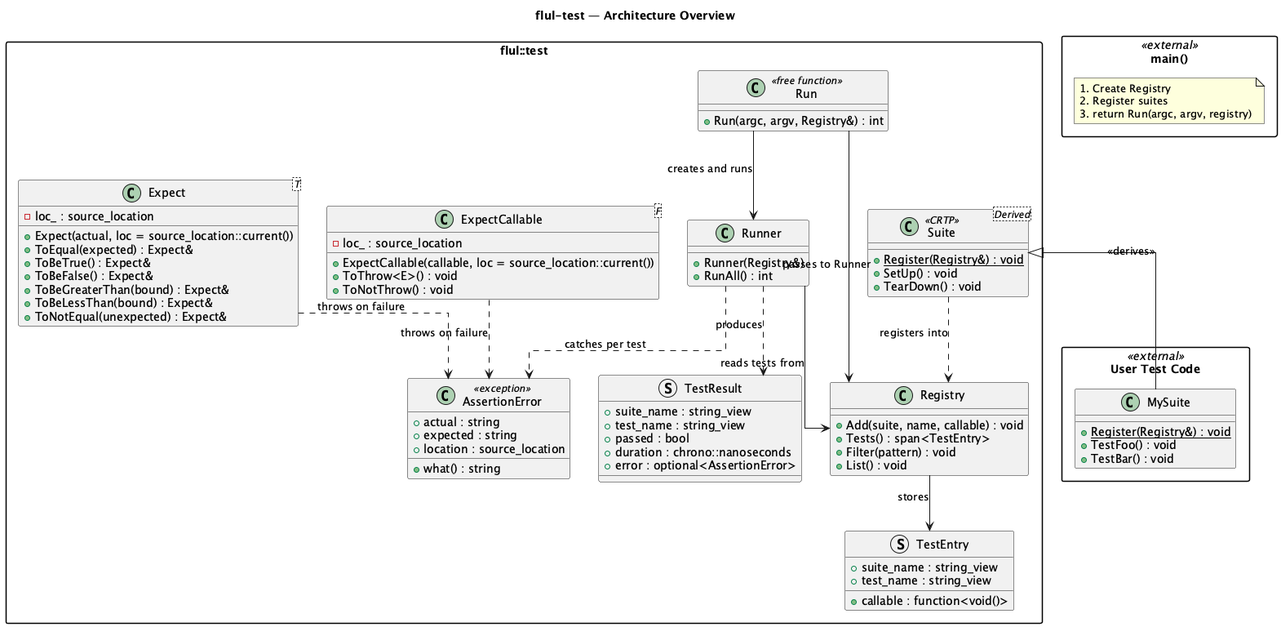
The PlantUML diagram doc/architecture-overview.png in FlorianUlivi/flul-test, before a commit.
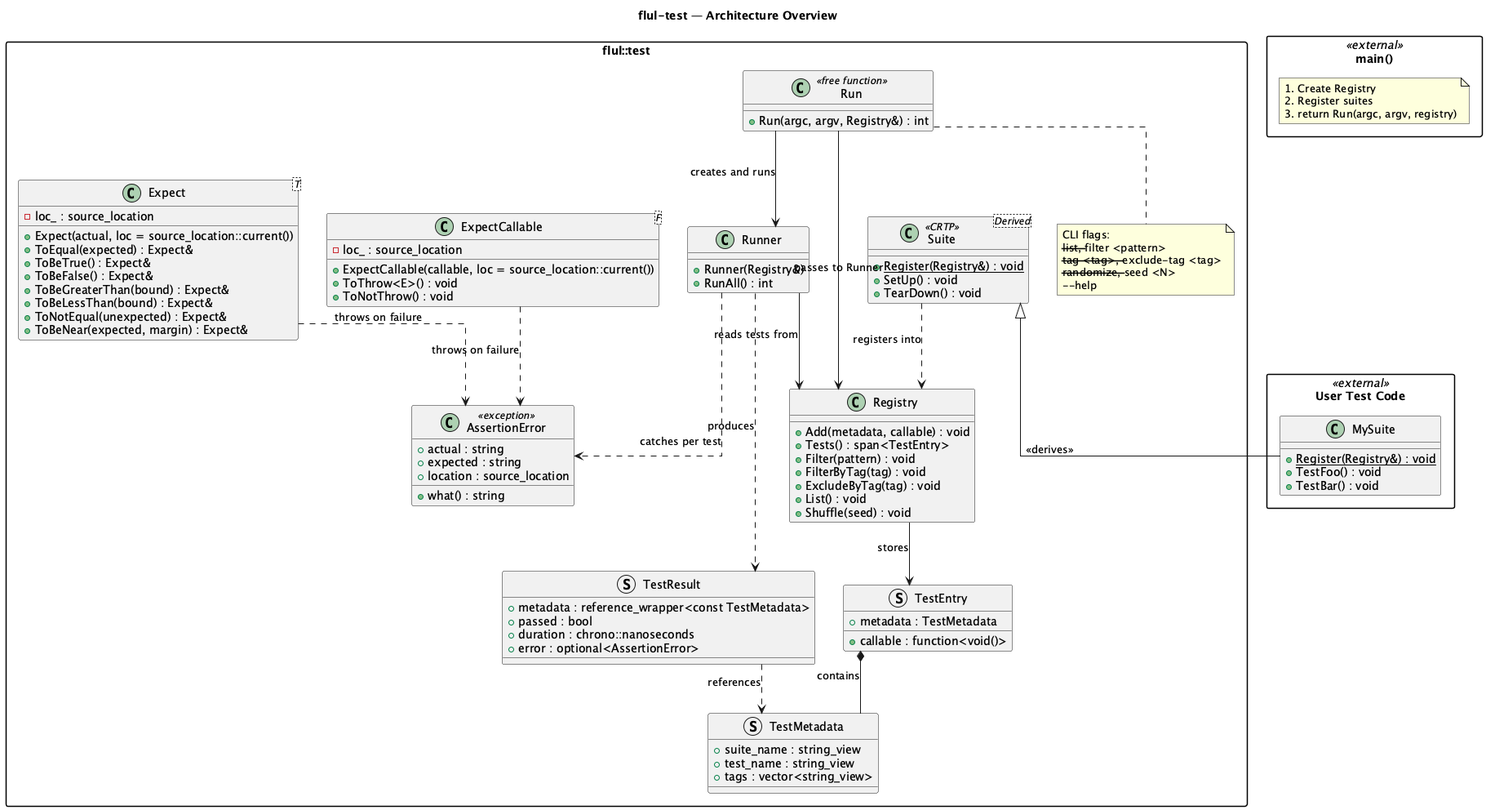
Later version of the same file.

Commit message:
Update requirements and architecture for tags, randomization, and TestMetadata

Clarify tag/exclude-tag precedence, --list vs --list-verbose behavior,
implicit --seed randomization, and introduce TestMetadata value type in
both requirements and architecture diagram.

Diff of the diagram source:
```diff
@@ -14,10 +14,13 @@
     }
 
     class Registry {
-        + Add(suite, name, callable) : void
+        + Add(metadata, callable) : void
         + Tests() : span<TestEntry>
         + Filter(pattern) : void
+        + FilterByTag(tag) : void
+        + ExcludeByTag(tag) : void
         + List() : void
+        + Shuffle(seed) : void
     }
 
     class Runner {
@@ -33,6 +36,7 @@
         + ToBeGreaterThan(bound) : Expect&
         + ToBeLessThan(bound) : Expect&
         + ToNotEqual(unexpected) : Expect&
+        + ToBeNear(expected, margin) : Expect&
         - loc_ : source_location
     }
 
@@ -50,15 +54,19 @@
         + location : source_location
     }
 
-    struct TestEntry {
+    struct TestMetadata {
         + suite_name : string_view
         + test_name : string_view
+        + tags : vector<string_view>
+    }
+
+    struct TestEntry {
+        + metadata : TestMetadata
         + callable : function<void()>
     }
 
     struct TestResult {
-        + suite_name : string_view
-        + test_name : string_view
+        + metadata : reference_wrapper<const TestMetadata>
         + passed : bool
         + duration : chrono::nanoseconds
         + error : optional<AssertionError>
@@ -67,6 +75,15 @@
     class Run <<free function>> {
         + Run(argc, argv, Registry&) : int
     }
+
+    note as N_cli
+        CLI flags:
+        --list, --filter <pattern>
+        --tag <tag>, --exclude-tag <tag>
+        --randomize, --seed <N>
+        --help
+    end note
+    Run .. N_cli
 }
 
 package "User Test Code" as user <<external>> {
@@ -95,5 +112,7 @@
 ExpectCallable ..> AssertionError : throws on failure
 Runner ..> AssertionError : catches per test
 Registry --> TestEntry : stores
+TestEntry *-- TestMetadata : contains
+TestResult ..> TestMetadata : references
 
 @enduml
```
